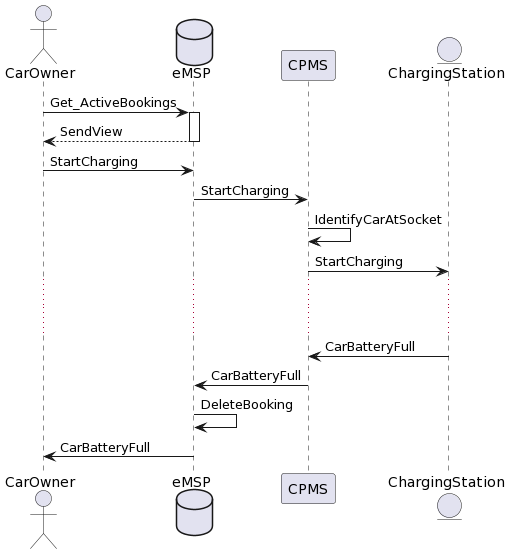
Before: ChargingProcedure.png, a diagram exported from PlantUML (febagni/AzankBagniWolff).
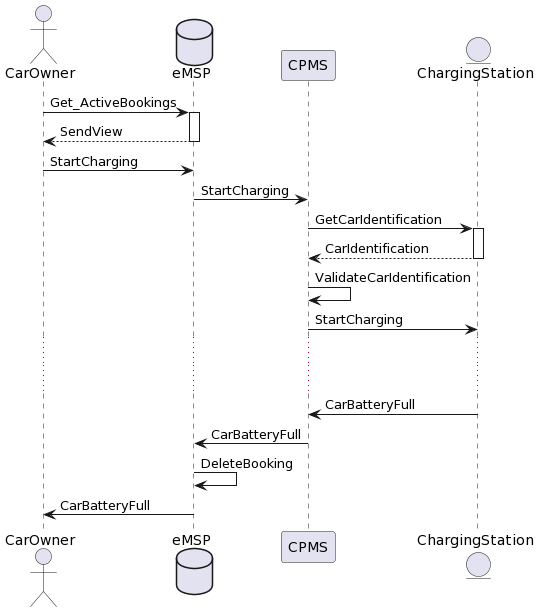
The same diagram one commit later.

The edit, as a diff of the source:
```diff
@@ -13,7 +13,11 @@
 
 a2 -> CPMS: StartCharging
 
-CPMS -> CPMS: IdentifyCarAtSocket
+CPMS -> ChargingStation: GetCarIdentification
+activate ChargingStation
+ChargingStation --> CPMS: CarIdentification
+deactivate ChargingStation
+CPMS -> CPMS: ValidateCarIdentification
 CPMS -> ChargingStation: StartCharging
 ...
 ...
```
